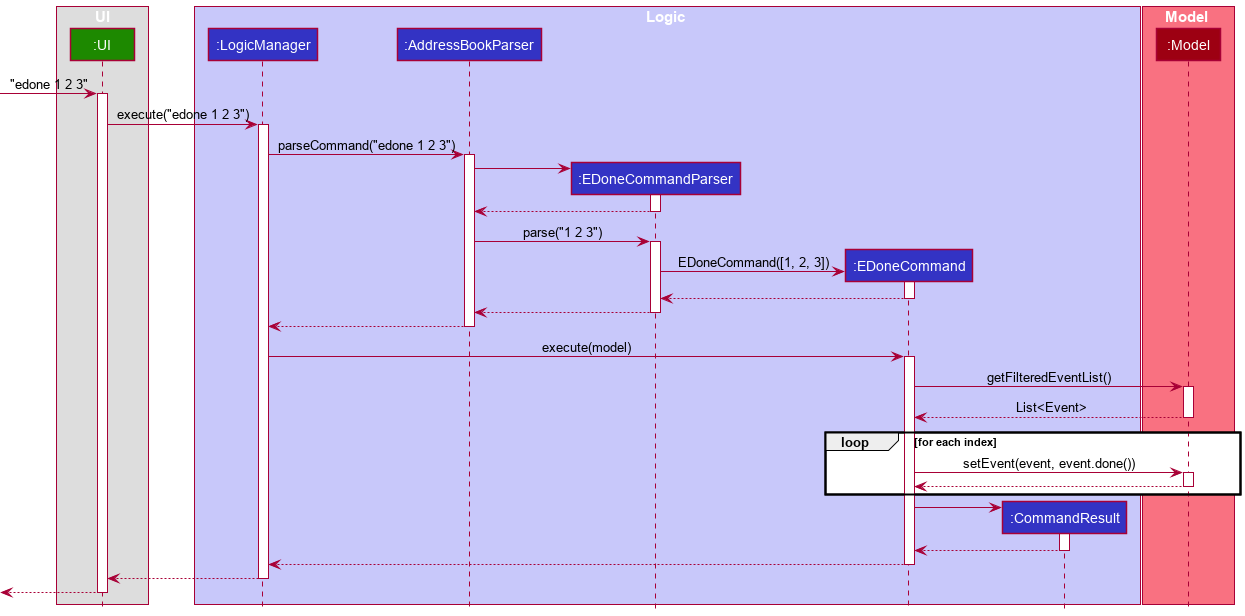
Above: docs/images/EDoneSequenceDiagram.png in AY2021S2-CS2103-W16-3/tp (PlantUML), before the change.
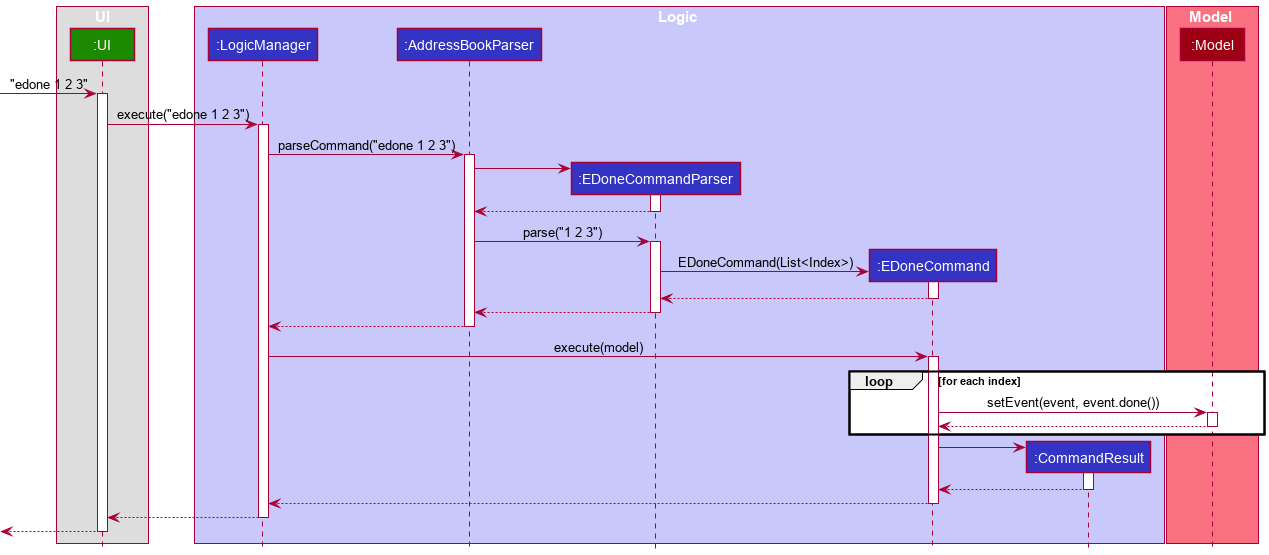
The same diagram one commit later.

Commit message:
Minor typo in DG and UML diagram

The edit, as a diff of the source:
```diff
@@ -37,7 +37,7 @@
 activate EDoneCommandParser
 
 create EDoneCommand
-EDoneCommandParser -> EDoneCommand : EDoneCommand([1, 2, 3])
+EDoneCommandParser -> EDoneCommand : EDoneCommand(List<Index>)
 activate EDoneCommand
 
 EDoneCommand --> EDoneCommandParser
@@ -52,11 +52,6 @@
 LogicManager -> EDoneCommand : execute(model)
 activate EDoneCommand
 
-EDoneCommand -> Model : getFilteredEventList()
-activate Model
-Model --> EDoneCommand : List<Event>
-deactivate Model
-
 loop for each index
 EDoneCommand -> Model : setEvent(event, event.done())
 activate Model
@@ -67,6 +62,7 @@
 create CommandResult
 EDoneCommand -> CommandResult
 activate CommandResult
+
 CommandResult --> EDoneCommand
 deactivate CommandResult
 
```
